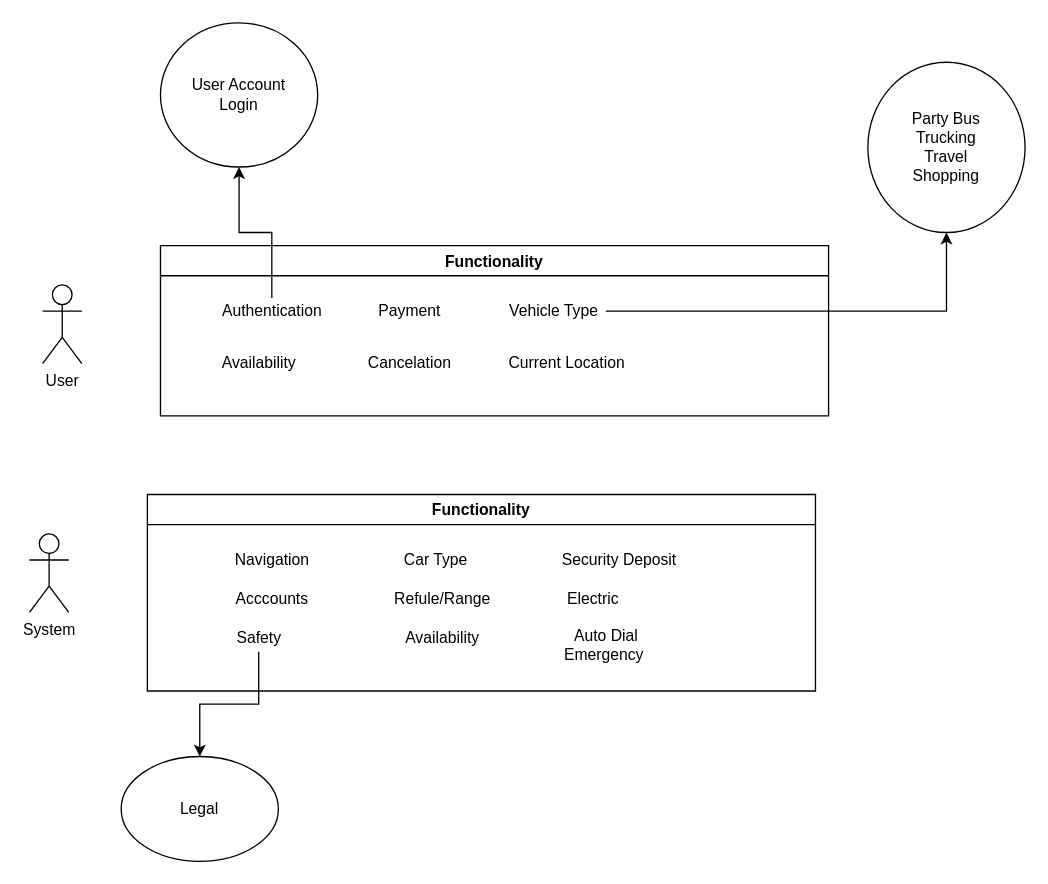
Earlier version of the draw.io diagram inception.drawio (calebTree/ics370-self-driving-vehicle-service). Source tidied: cells renumbered, new cells numbered last; positions are measured from the earlier drawing's top-left corner, leaving out a move shared by most shapes. Both pictures are drawn from the tidied source at 131%, with x=0, y=0 at pixel (29, 22).
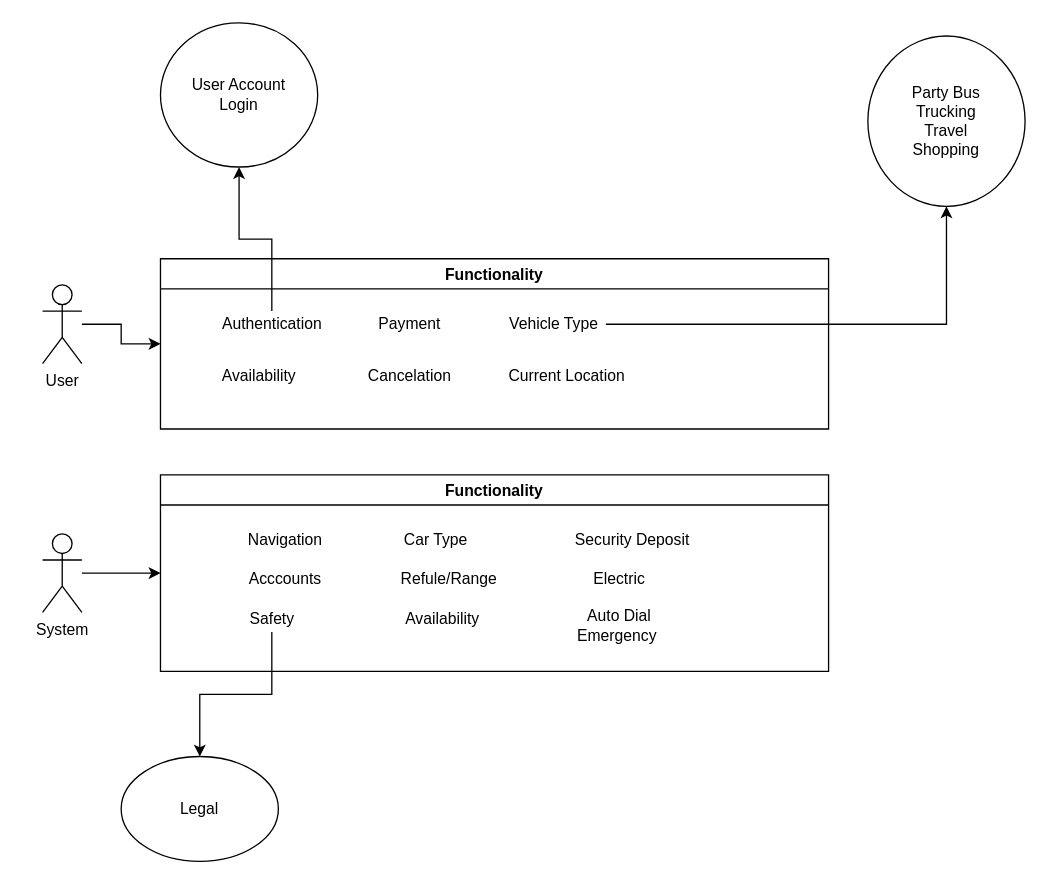
The same diagram, later.

The change refers to these unchanged cells:
```xml
<mxCell id="2" value="User" style="shape=umlActor;verticalLabelPosition=bottom;verticalAlign=top;html=1;outlineConnect=0;" parent="1" vertex="1">
  <mxGeometry x="10" y="200" width="30" height="60" as="geometry" />
</mxCell>
```

Change to the diagram source:
```diff
@@
+    <mxCell id="27" style="edgeStyle=orthogonalEdgeStyle;rounded=0;jettySize=auto;html=1;" parent="1" edge="1" source="2" target="3">
+      <mxGeometry relative="1" as="geometry" />
+    </mxCell>
@@
     <mxCell id="3" value="Functionality" style="swimlane;" parent="1" vertex="1">
-      <mxGeometry x="100" y="170" width="510" height="130" as="geometry" />
+      <mxGeometry x="100" y="180" width="510" height="130" as="geometry" />
     </mxCell>
@@
+    <mxCell id="28" style="edgeStyle=orthogonalEdgeStyle;rounded=0;jettySize=auto;html=1;" parent="1" edge="1" source="10" target="11">
+      <mxGeometry relative="1" as="geometry" />
+    </mxCell>
     <mxCell id="10" value="System" style="shape=umlActor;verticalLabelPosition=bottom;verticalAlign=top;html=1;outlineConnect=0;" parent="1" vertex="1">
-      <mxGeometry y="390" width="30" height="60" as="geometry" />
+      <mxGeometry x="10" y="390" width="30" height="60" as="geometry" />
     </mxCell>
     <mxCell id="11" value="Functionality" style="swimlane;" parent="1" vertex="1">
-      <mxGeometry x="90" y="360" width="510" height="150" as="geometry" />
+      <mxGeometry x="100" y="345" width="510" height="150" as="geometry" />
     </mxCell>
@@
     <mxCell id="13" value="Availability" style="text;html=1;align=center;verticalAlign=middle;strokeColor=none;" parent="11" vertex="1">
-      <mxGeometry x="190" y="100" width="70" height="20" as="geometry" />
+      <mxGeometry x="180" y="100" width="70" height="20" as="geometry" />
     </mxCell>
     <mxCell id="14" value="Car Type" style="text;html=1;align=center;verticalAlign=middle;strokeColor=none;" parent="11" vertex="1">
-      <mxGeometry x="190" y="40" width="60" height="20" as="geometry" />
+      <mxGeometry x="180" y="40" width="60" height="20" as="geometry" />
     </mxCell>
     <mxCell id="15" value="Refule/Range" style="text;html=1;align=center;verticalAlign=middle;strokeColor=none;" parent="11" vertex="1">
-      <mxGeometry x="180" y="70" width="90" height="20" as="geometry" />
+      <mxGeometry x="175" y="70" width="90" height="20" as="geometry" />
     </mxCell>
@@
-    <mxCell id="20" value="Electric" style="text;html=1;align=center;verticalAlign=middle;strokeColor=none;" parent="1" vertex="1">
-      <mxGeometry x="405" y="430" width="50" height="20" as="geometry" />
+    <mxCell id="20" value="Electric" style="text;html=1;align=center;verticalAlign=middle;strokeColor=none;" parent="11" vertex="1">
+      <mxGeometry x="325" y="70" width="50" height="20" as="geometry" />
     </mxCell>
@@
     <mxCell id="22" value="Party Bus&lt;br&gt;Trucking&lt;br&gt;Travel&lt;br&gt;Shopping" style="ellipse;whiteSpace=wrap;html=1;" parent="1" vertex="1">
-      <mxGeometry x="640" y="30" width="120" height="130" as="geometry" />
+      <mxGeometry x="640" y="10" width="120" height="130" as="geometry" />
     </mxCell>
```
